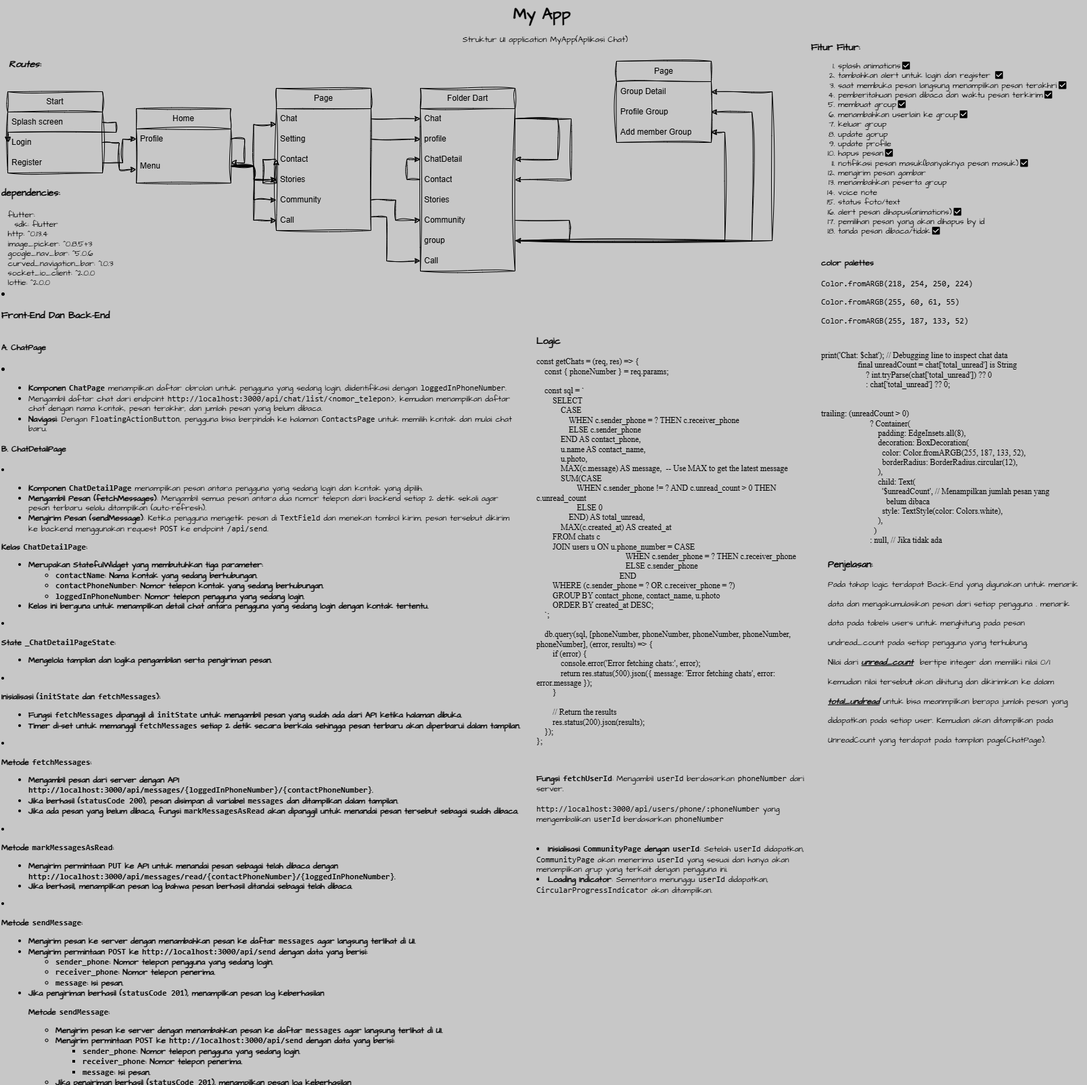
Above: Struktur Application MyApp.drawio.png in NaufalAdityaAkbar/Application-MyApp---Flutter (draw.io), before the change. Source tidied: cells renumbered, new cells last; positions are measured from the earlier drawing's top-left corner, leaving out a move shared by most shapes.
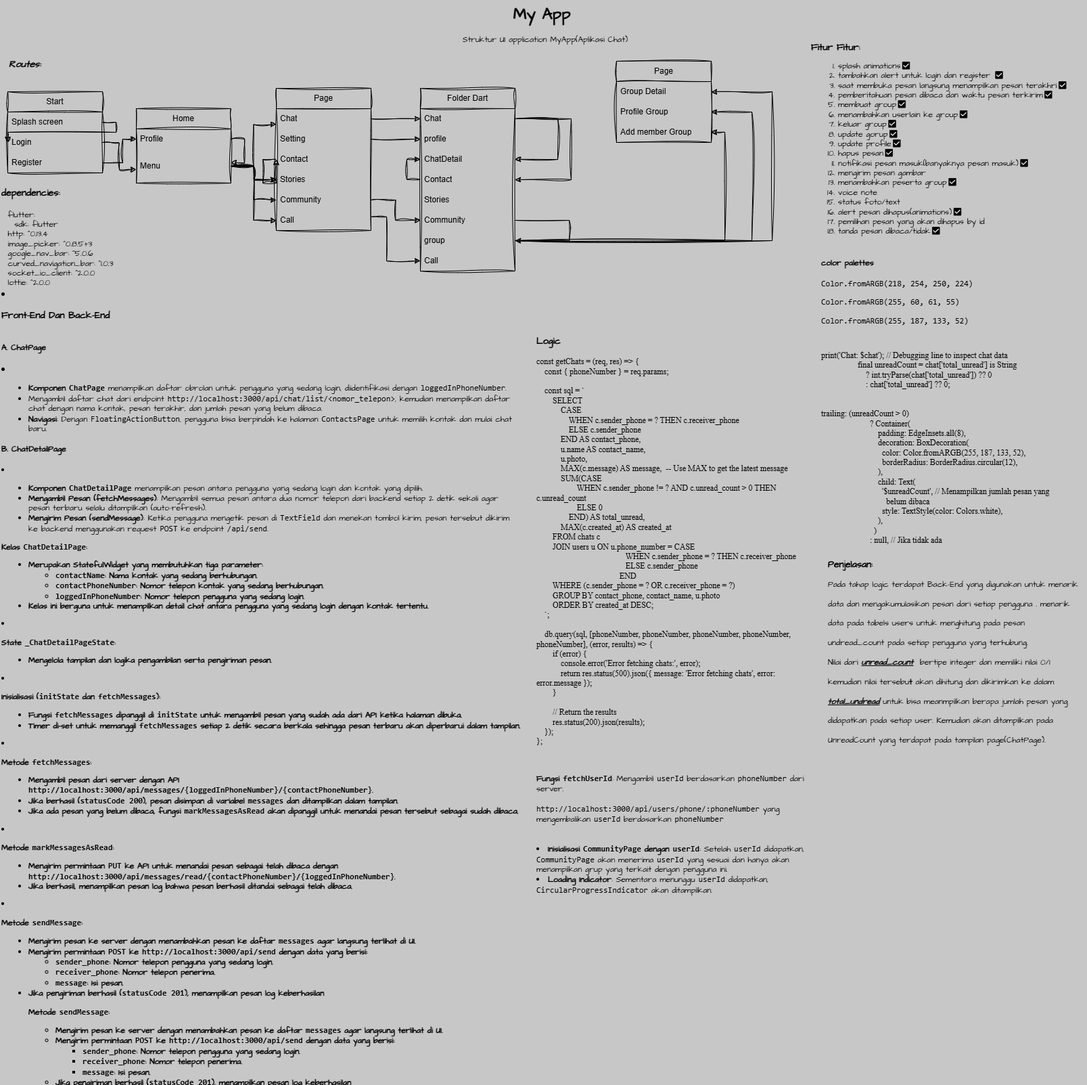
After the change.

The edit, as a diff of the source:
```diff
@@ -118,7 +118,7 @@
     <mxCell id="32" value="&lt;h1 style=&quot;margin-top: 0px;&quot;&gt;&lt;span style=&quot;font-size: 14px;&quot;&gt;Penjelasan:&lt;br&gt;&lt;/span&gt;&lt;font style=&quot;font-size: 12px;&quot;&gt;&lt;span style=&quot;font-weight: normal;&quot;&gt;Pada tahap logic terdapat Back-End yang digunakan untuk menarik data dan mengakumulasikan pesan dari setiap pengguna . menarik data pada tabels users untuk menghitung pada pesan undread_count pada setiap pengguna yang terhubung.&lt;br&gt;Nilai dari&lt;/span&gt; &lt;u&gt;&lt;i&gt;unread_count&lt;/i&gt;&lt;/u&gt;&amp;nbsp; &lt;span style=&quot;font-weight: normal;&quot;&gt;bertipe integer dan memiliki nilai 0/1 kemudian nilai tersebu&lt;/span&gt;t&amp;nbsp;&lt;span style=&quot;font-weight: normal;&quot;&gt;akan dihitung dan dikirimkan ke dalam&lt;/span&gt; &lt;i&gt;&lt;u&gt;total_undread&lt;/u&gt;&lt;/i&gt; &lt;span style=&quot;font-weight: normal; font-size: 12px;&quot;&gt;untuk bisa meanmpilkan berapa jumlah pesan yang didapatkan pada setiap user. Kemudian akan ditampilkan pada UnreadCount yang terdapat pada tampilan page(ChatPage).&lt;/span&gt;&lt;/font&gt;&lt;/h1&gt;" style="text;html=1;whiteSpace=wrap;overflow=hidden;rounded=0;labelBackgroundColor=none;labelBorderColor=none;textShadow=0;fillColor=none;sketch=1;curveFitting=1;jiggle=2;shadow=0;swimlaneLine=1;fontFamily=Architects Daughter;" parent="1" vertex="1">
       <mxGeometry x="1222" y="810" width="380" height="290" as="geometry" />
     </mxCell>
-    <mxCell id="33" value="&lt;h1 style=&quot;margin-top: 0px; font-size: 14px;&quot;&gt;&lt;font style=&quot;font-size: 14px;&quot;&gt;Fitur Fitur:&lt;br&gt;&lt;/font&gt;&lt;/h1&gt;&lt;div style=&quot;&quot;&gt;&lt;ol style=&quot;&quot;&gt;&lt;li&gt;splash animations☑️&lt;/li&gt;&lt;li style=&quot;&quot;&gt;tambahkan alert untuk login dan register ☑️&lt;/li&gt;&lt;li style=&quot;&quot;&gt;saat membuka pesan langsung menampilkan pesan terakhri☑️&lt;/li&gt;&lt;li style=&quot;&quot;&gt;pemberitahuan pesan dibaca dan waktu pesan terkirim☑️&lt;/li&gt;&lt;li style=&quot;&quot;&gt;membuat group☑️&lt;/li&gt;&lt;li style=&quot;&quot;&gt;menambahkan userlain ke group☑️&lt;/li&gt;&lt;li style=&quot;&quot;&gt;keluar group&lt;/li&gt;&lt;li style=&quot;&quot;&gt;update gorup&lt;/li&gt;&lt;li style=&quot;&quot;&gt;update profile&lt;/li&gt;&lt;li style=&quot;&quot;&gt;hapus pesan☑️&lt;/li&gt;&lt;li style=&quot;&quot;&gt;notifikasi pesan masuk(banyaknya pesan masuk)☑️&lt;/li&gt;&lt;li style=&quot;&quot;&gt;mengirim pesan gambar&lt;/li&gt;&lt;li style=&quot;&quot;&gt;menambahkan peserta group&lt;/li&gt;&lt;li style=&quot;&quot;&gt;voice note&amp;nbsp;&lt;/li&gt;&lt;li style=&quot;&quot;&gt;status foto/text&lt;/li&gt;&lt;li style=&quot;&quot;&gt;alert pesan dihapus(animations)☑️&lt;/li&gt;&lt;li style=&quot;&quot;&gt;pemilihan pesan yang akan dihapus by id&lt;/li&gt;&lt;li style=&quot;&quot;&gt;tanda pesan dibaca/tidak☑️&lt;/li&gt;&lt;/ol&gt;&lt;/div&gt;" style="text;html=1;whiteSpace=wrap;overflow=hidden;rounded=0;fontFamily=Architects Daughter;" parent="1" vertex="1">
+    <mxCell id="33" value="&lt;h1 style=&quot;margin-top: 0px; font-size: 14px;&quot;&gt;&lt;font style=&quot;font-size: 14px;&quot;&gt;Fitur Fitur:&lt;br&gt;&lt;/font&gt;&lt;/h1&gt;&lt;div style=&quot;&quot;&gt;&lt;ol style=&quot;&quot;&gt;&lt;li&gt;splash animations☑️&lt;/li&gt;&lt;li style=&quot;&quot;&gt;tambahkan alert untuk login dan register ☑️&lt;/li&gt;&lt;li style=&quot;&quot;&gt;saat membuka pesan langsung menampilkan pesan terakhri☑️&lt;/li&gt;&lt;li style=&quot;&quot;&gt;pemberitahuan pesan dibaca dan waktu pesan terkirim☑️&lt;/li&gt;&lt;li style=&quot;&quot;&gt;membuat group☑️&lt;/li&gt;&lt;li style=&quot;&quot;&gt;menambahkan userlain ke group☑️&lt;/li&gt;&lt;li style=&quot;&quot;&gt;keluar group☑️&lt;/li&gt;&lt;li style=&quot;&quot;&gt;update gorup☑️&lt;/li&gt;&lt;li style=&quot;&quot;&gt;update profile☑️&lt;/li&gt;&lt;li style=&quot;&quot;&gt;hapus pesan☑️&lt;/li&gt;&lt;li style=&quot;&quot;&gt;notifikasi pesan masuk(banyaknya pesan masuk)☑️&lt;/li&gt;&lt;li style=&quot;&quot;&gt;mengirim pesan gambar&lt;/li&gt;&lt;li style=&quot;&quot;&gt;menambahkan peserta group☑️&lt;/li&gt;&lt;li style=&quot;&quot;&gt;voice note&amp;nbsp;&lt;/li&gt;&lt;li style=&quot;&quot;&gt;status foto/text&lt;/li&gt;&lt;li style=&quot;&quot;&gt;alert pesan dihapus(animations)☑️&lt;/li&gt;&lt;li style=&quot;&quot;&gt;pemilihan pesan yang akan dihapus by id&lt;/li&gt;&lt;li style=&quot;&quot;&gt;tanda pesan dibaca/tidak☑️&lt;/li&gt;&lt;/ol&gt;&lt;/div&gt;" style="text;html=1;whiteSpace=wrap;overflow=hidden;rounded=0;fontFamily=Architects Daughter;" parent="1" vertex="1">
       <mxGeometry x="1197" y="55" width="410" height="315" as="geometry" />
     </mxCell>
     <mxCell id="34" value="Folder Dart" style="swimlane;fontStyle=0;horizontal=1;startSize=30;whiteSpace=wrap;html=1;labelBackgroundColor=none;labelBorderColor=none;textShadow=0;fillColor=none;sketch=1;curveFitting=1;jiggle=2;shadow=0;swimlaneLine=1;" parent="1" vertex="1">
```
